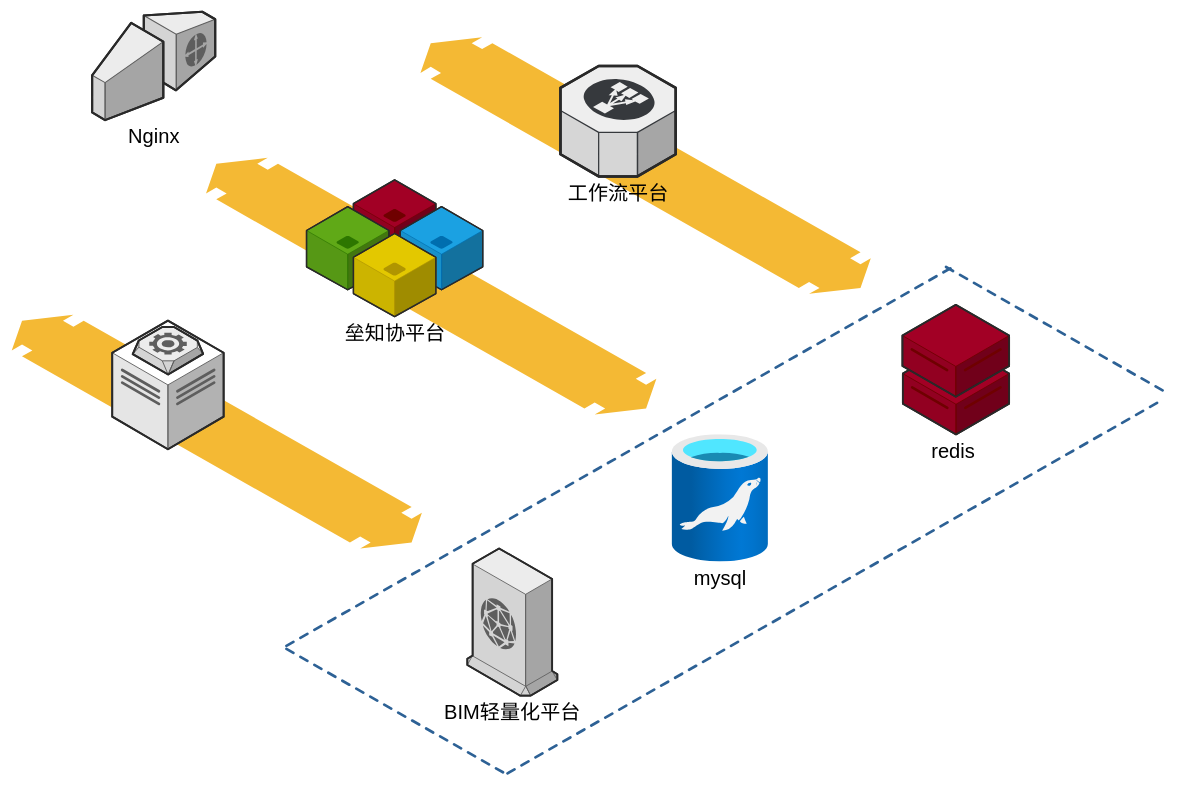
LIiong/Best-memory-is-Notes keeps this draw.io diagram as 协作图.drawio. Above is the earlier version. Source tidied: cells renumbered, new cells numbered last; positions are measured from the earlier drawing's top-left corner, leaving out a move shared by most shapes. Both pictures are drawn from the tidied source at 67%, with x=0, y=0 at pixel (11, 11).
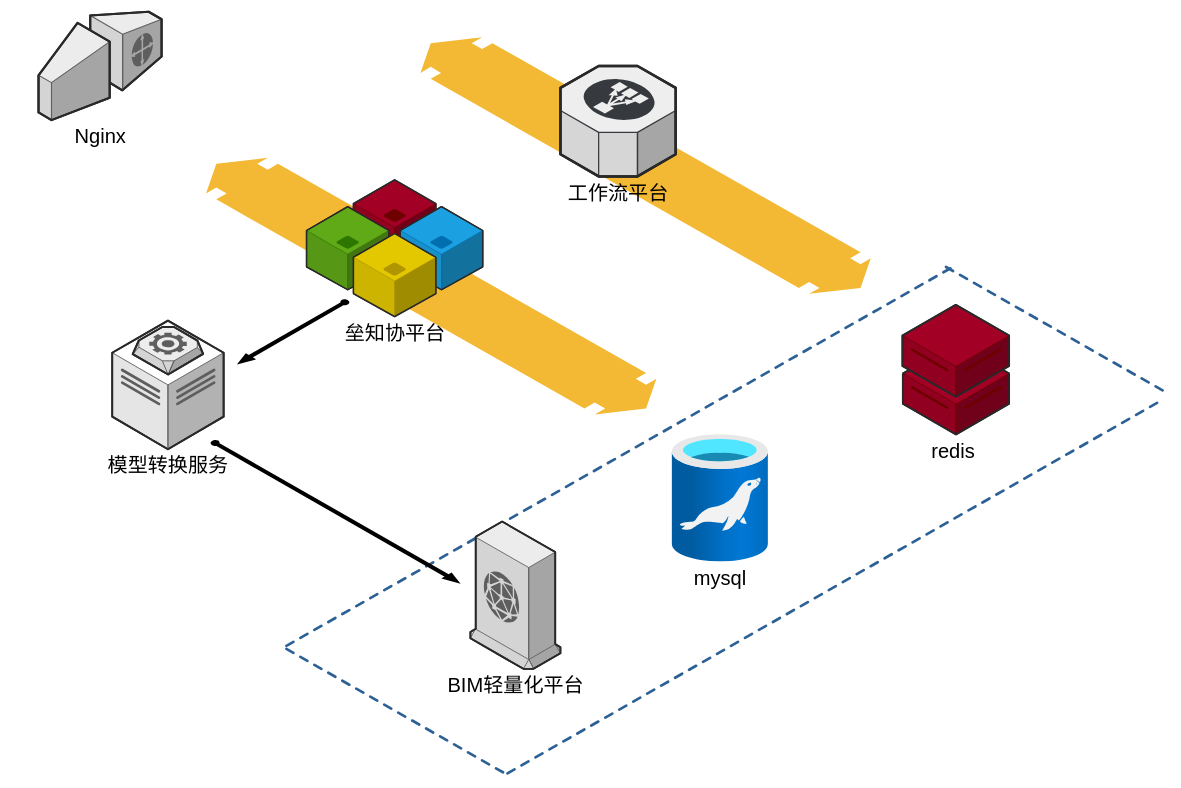
After the change.

Commit message (it also covers changes not shown here):
更新协作图.drawio

What changed in the source:
```diff
@@
-    <mxCell id="2" style="verticalLabelPosition=bottom;html=1;verticalAlign=top;strokeWidth=1;align=center;dashed=0;shape=mxgraph.aws3d.flatDoubleEdge;fillColor=#000000;fontSize=30;fontColor=#000000;" parent="1" vertex="1">
-      <mxGeometry y="452.3" width="612.2" height="348.7" as="geometry" />
-    </mxCell>
@@
     <mxCell id="9" value="Nginx" style="verticalLabelPosition=bottom;html=1;verticalAlign=top;strokeWidth=1;align=center;dashed=0;shape=mxgraph.aws3d.customerGateway;fillColor=#ECECEC;strokeColor=#5E5E5E;fontSize=30;fontColor=#000000;" parent="1" vertex="1">
-      <mxGeometry x="120" width="183.7" height="161.8" as="geometry" />
+      <mxGeometry x="40" width="183.7" height="161.8" as="geometry" />
     </mxCell>
@@
-    <mxCell id="18" style="verticalLabelPosition=bottom;html=1;verticalAlign=top;strokeWidth=1;align=center;dashed=0;shape=mxgraph.aws3d.dataCenter;strokeColor=#5E5E5E;fontSize=30;fontColor=#000000;" parent="1" vertex="1">
+    <mxCell id="18" value="模型转换服务" style="verticalLabelPosition=bottom;html=1;verticalAlign=top;strokeWidth=1;align=center;dashed=0;shape=mxgraph.aws3d.dataCenter;strokeColor=#5E5E5E;fontSize=30;fontColor=#000000;" parent="1" vertex="1">
       <mxGeometry x="150" y="461" width="166.3" height="192" as="geometry" />
     </mxCell>
@@
     <mxCell id="20" value="BIM轻量化平台" style="verticalLabelPosition=bottom;html=1;verticalAlign=top;strokeWidth=1;align=center;dashed=0;shape=mxgraph.aws3d.cloudfront;fillColor=#ECECEC;strokeColor=#5E5E5E;fontSize=30;fontColor=#000000;" parent="1" vertex="1">
-      <mxGeometry x="680" y="801" width="134.4" height="219.8" as="geometry" />
+      <mxGeometry x="684.6" y="761" width="134.4" height="219.8" as="geometry" />
     </mxCell>
+    <mxCell id="21" style="verticalLabelPosition=bottom;html=1;verticalAlign=top;strokeWidth=3;align=center;dashed=0;shape=mxgraph.aws3d.arrowSW;fillColor=#000000;fontSize=30;fontColor=#000000;" parent="1" vertex="1">
+      <mxGeometry x="340" y="431" width="162.3" height="92.8" as="geometry" />
+    </mxCell>
+    <mxCell id="22" style="verticalLabelPosition=bottom;html=1;verticalAlign=top;strokeWidth=3;align=center;dashed=0;shape=mxgraph.aws3d.arrowSE;fillColor=#000000;fontSize=30;fontColor=#000000;" parent="1" vertex="1">
+      <mxGeometry x="298.4" y="641" width="367.5" height="210" as="geometry" />
+    </mxCell>
```
